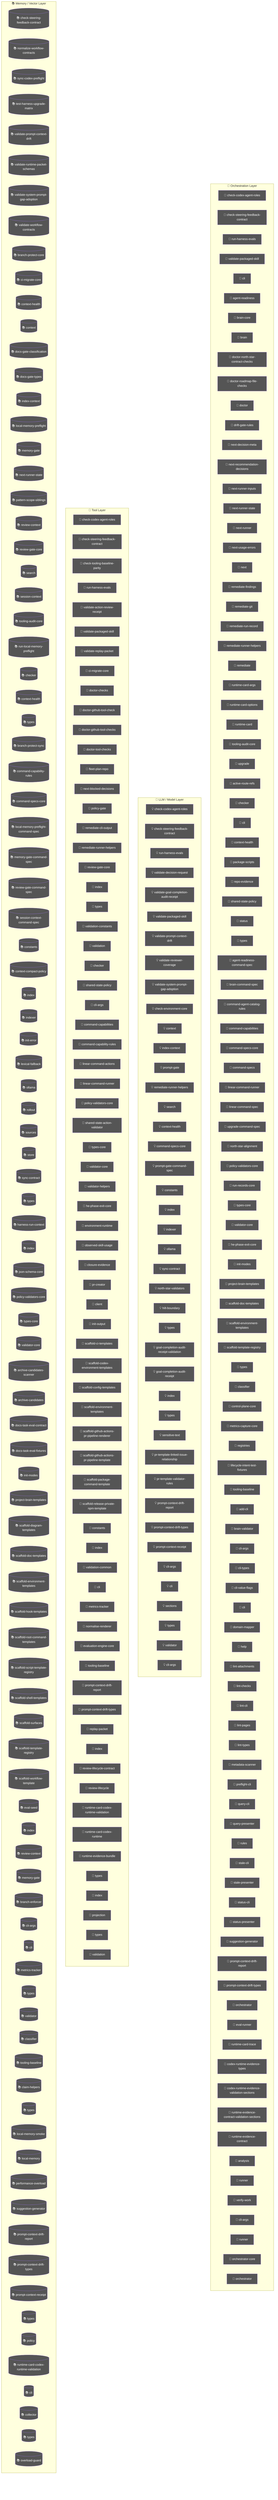
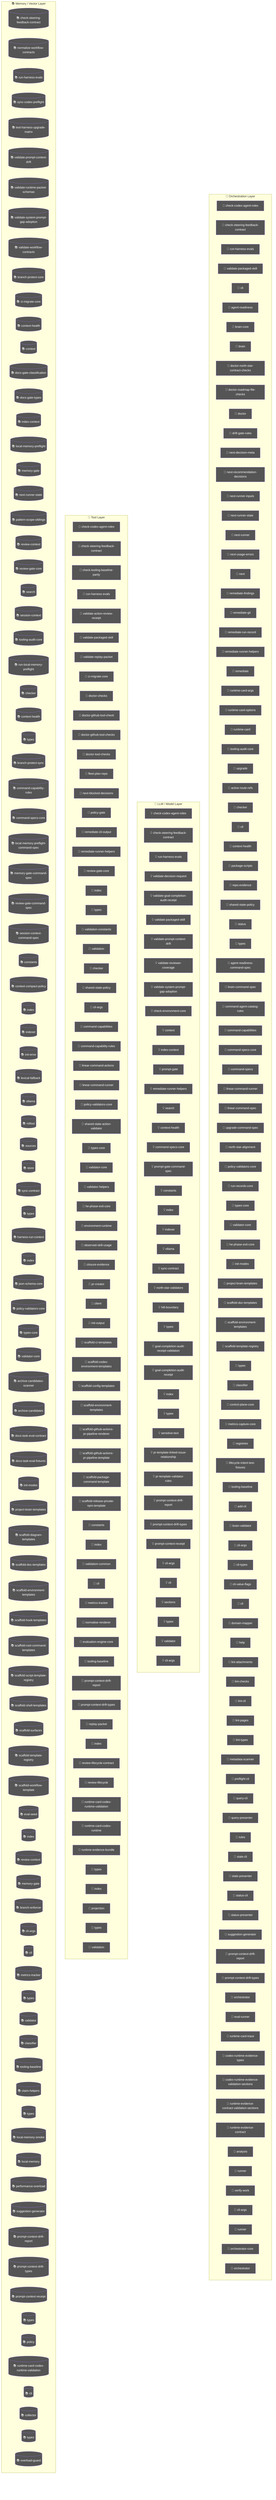
flowchart TD
  subgraph Orchestration["🎯 Orchestration Layer"]
    node_agent_mmd_orchestration_layer_orchestration_chec_7a9f0b64["🤖 check-codex-agent-roles"]
    node_agent_mmd_orchestration_layer_orchestration_chec_7fd47f5c["🤖 check-steering-feedback-contract"]
    node_agent_mmd_orchestration_layer_orchestration_run__18817957["🤖 run-harness-evals"]
    node_agent_mmd_orchestration_layer_orchestration_vali_c01b04be["🤖 validate-packaged-skill"]
    cli_99bb8840["🤖 cli"]
    agent_readiness_c82c68e6["🤖 agent-readiness"]
    brain_core_aa07c380["🤖 brain-core"]
    brain_bbbf7a64["🤖 brain"]
    doctor_north_star_contract_checks_0048124c["🤖 doctor-north-star-contract-checks"]
    doctor_roadmap_file_checks_14447b8e["🤖 doctor-roadmap-file-checks"]
    doctor_72f4be89["🤖 doctor"]
    drift_gate_rules_9685e72d["🤖 drift-gate-rules"]
    next_decision_meta_c58bc91b["🤖 next-decision-meta"]
    next_recommendation_decisions_03315dd4["🤖 next-recommendation-decisions"]
    next_runner_inputs_754dba64["🤖 next-runner-inputs"]
    node_agent_mmd_orchestration_layer_orchestration_next_5393fba1["🤖 next-runner-state"]
    next_runner_41643472["🤖 next-runner"]
    next_usage_errors_837a345a["🤖 next-usage-errors"]
    next_c6c1c9a9["🤖 next"]
    remediate_findings_8b09c8c6["🤖 remediate-findings"]
    remediate_git_58c6f6f4["🤖 remediate-git"]
    remediate_run_record_9dfe5dc1["🤖 remediate-run-record"]
    node_agent_mmd_orchestration_layer_orchestration_reme_359fe98f["🤖 remediate-runner-helpers"]
    remediate_06b9c7fc["🤖 remediate"]
    runtime_card_args_2b3d4b28["🤖 runtime-card-args"]
    runtime_card_options_c9156ad5["🤖 runtime-card-options"]
    runtime_card_e06b53e1["🤖 runtime-card"]
    node_agent_mmd_orchestration_layer_orchestration_tool_acfe0c01["🤖 tooling-audit-core"]
    upgrade_7fef9479["🤖 upgrade"]
    active_route_refs_d7a46846["🤖 active-route-refs"]
    node_agent_mmd_orchestration_layer_orchestration_chec_0550c395["🤖 checker"]
    cli_1_084e05fe["🤖 cli"]
    node_agent_mmd_orchestration_layer_orchestration_cont_61b3b9c9["🤖 context-health"]
    package_scripts_3ee6150f["🤖 package-scripts"]
    repo_evidence_38bb1de5["🤖 repo-evidence"]
    node_agent_mmd_orchestration_layer_orchestration_shar_724ef5f0["🤖 shared-state-policy"]
    status_073c1634["🤖 status"]
    node_agent_mmd_orchestration_layer_orchestration_type_4f906dcc["🤖 types"]
    agent_readiness_command_spec_a30c2c1e["🤖 agent-readiness-command-spec"]
    brain_command_spec_15b122d5["🤖 brain-command-spec"]
    command_agent_catalog_rules_8e06b2af["🤖 command-agent-catalog-rules"]
    node_agent_mmd_orchestration_layer_orchestration_comm_6e41a7f7["🤖 command-capabilities"]
    node_agent_mmd_orchestration_layer_orchestration_comm_1f8cc24c["🤖 command-specs-core"]
    command_specs_69167c63["🤖 command-specs"]
    node_agent_mmd_orchestration_layer_orchestration_line_b67affd5["🤖 linear-command-runner"]
    linear_command_spec_1e12dd44["🤖 linear-command-spec"]
    upgrade_command_spec_03f6c7bd["🤖 upgrade-command-spec"]
    north_star_alignment_00440188["🤖 north-star-alignment"]
    node_agent_mmd_orchestration_layer_orchestration_poli_3270b55d["🤖 policy-validators-core"]
    run_records_core_89286dfa["🤖 run-records-core"]
    node_agent_mmd_orchestration_layer_orchestration_type_7cf81261["🤖 types-core"]
    node_agent_mmd_orchestration_layer_orchestration_vali_d9fe99e6["🤖 validator-core"]
    node_agent_mmd_orchestration_layer_orchestration_he_p_fc778c24["🤖 he-phase-exit-core"]
    node_agent_mmd_orchestration_layer_orchestration_init_2a9c3ecb["🤖 init-modes"]
    node_agent_mmd_orchestration_layer_orchestration_proj_6ab6f60f["🤖 project-brain-templates"]
    node_agent_mmd_orchestration_layer_orchestration_scaf_12cc07db["🤖 scaffold-doc-templates"]
    node_agent_mmd_orchestration_layer_orchestration_scaf_c9a90c2f["🤖 scaffold-environment-templates"]
    node_agent_mmd_orchestration_layer_orchestration_scaf_ff8f92f6["🤖 scaffold-template-registry"]
    types_16_0fae1112["🤖 types"]
    node_agent_mmd_orchestration_layer_orchestration_clas_899b821a["🤖 classifier"]
    control_plane_core_db3b4cb2["🤖 control-plane-core"]
    metrics_capture_core_db4bf7cf["🤖 metrics-capture-core"]
    registries_06402afa["🤖 registries"]
    lifecycle_intent_test_fixtures_a53c7ada["🤖 lifecycle-intent-test-fixtures"]
    node_agent_mmd_orchestration_layer_orchestration_tool_cc43149f["🤖 tooling-baseline"]
    add_cli_7614de25["🤖 add-cli"]
    brain_validator_be251832["🤖 brain-validator"]
    cli_args_8_d546936e["🤖 cli-args"]
    cli_types_1686e858["🤖 cli-types"]
    cli_value_flags_732a8e43["🤖 cli-value-flags"]
    cli_10_35dc8cbd["🤖 cli"]
    domain_mapper_cd9333d2["🤖 domain-mapper"]
    help_106a5842["🤖 help"]
    lint_attachments_873c0632["🤖 lint-attachments"]
    lint_checks_83522b19["🤖 lint-checks"]
    lint_cli_9ec62ec0["🤖 lint-cli"]
    lint_pages_e33301d0["🤖 lint-pages"]
    lint_types_2862c255["🤖 lint-types"]
    metadata_scanner_6a101b66["🤖 metadata-scanner"]
    preflight_cli_5d148379["🤖 preflight-cli"]
    query_cli_b95be64d["🤖 query-cli"]
    query_presenter_02e6077c["🤖 query-presenter"]
    rules_6c621d1a["🤖 rules"]
    stale_cli_64548720["🤖 stale-cli"]
    stale_presenter_1de4e3a2["🤖 stale-presenter"]
    status_cli_4c24a0d6["🤖 status-cli"]
    status_presenter_8de686c1["🤖 status-presenter"]
    node_agent_mmd_orchestration_layer_orchestration_sugg_85c5ebe3["🤖 suggestion-generator"]
    node_agent_mmd_orchestration_layer_orchestration_prom_d17b4de2["🤖 prompt-context-drift-report"]
    node_agent_mmd_orchestration_layer_orchestration_prom_77088997["🤖 prompt-context-drift-types"]
    orchestrator_11376b7e["🤖 orchestrator"]
    eval_runner_0966a6b3["🤖 eval-runner"]
    runtime_card_trace_64a5ca95["🤖 runtime-card-trace"]
    codex_runtime_evidence_types_f55808dd["🤖 codex-runtime-evidence-types"]
    codex_runtime_evidence_validation_sections_6d236b4a["🤖 codex-runtime-evidence-validation-sections"]
    runtime_evidence_contract_validation_sections_1779ca7c["🤖 runtime-evidence-contract-validation-sections"]
    runtime_evidence_contract_0f7b15b2["🤖 runtime-evidence-contract"]
    analysis_f44e85c4["🤖 analysis"]
    runner_527aa9f4["🤖 runner"]
    verify_work_1_cd8e7ec3["🤖 verify-work"]
    cli_args_14_3481043e["🤖 cli-args"]
    runner_1_6f281bf8["🤖 runner"]
    orchestrator_core_d0678b53["🤖 orchestrator-core"]
    orchestrator_1_6b7137c5["🤖 orchestrator"]
  end
  subgraph LLMLayer["🧠 LLM / Model Layer"]
    node_agent_mmd_llm_model_layer_llmlayer_check_codex_a_29e7b7fa["💡 check-codex-agent-roles"]
    node_agent_mmd_llm_model_layer_llmlayer_check_steerin_0e1bf90d["💡 check-steering-feedback-contract"]
    node_agent_mmd_llm_model_layer_llmlayer_run_harness_e_603fcfdc["💡 run-harness-evals"]
    validate_decision_request_2e5c325e["💡 validate-decision-request"]
    validate_goal_completion_audit_receipt_100d252c["💡 validate-goal-completion-audit-receipt"]
    node_agent_mmd_llm_model_layer_llmlayer_validate_pack_2a12e1f4["💡 validate-packaged-skill"]
    node_agent_mmd_llm_model_layer_llmlayer_validate_prom_9880f764["💡 validate-prompt-context-drift"]
    validate_reviewer_coverage_251efee3["💡 validate-reviewer-coverage"]
    node_agent_mmd_llm_model_layer_llmlayer_validate_syst_5636156e["💡 validate-system-prompt-gap-adoption"]
    check_environment_core_2c16213f["💡 check-environment-core"]
    node_agent_mmd_llm_model_layer_llmlayer_context_conte_ad2dfbd9["💡 context"]
    node_agent_mmd_llm_model_layer_llmlayer_index_context_1041bd11["💡 index-context"]
    prompt_gate_c5e9d207["💡 prompt-gate"]
    node_agent_mmd_llm_model_layer_llmlayer_remediate_run_9e3d4585["💡 remediate-runner-helpers"]
    node_agent_mmd_llm_model_layer_llmlayer_search_search_66b9a911["💡 search"]
    node_agent_mmd_llm_model_layer_llmlayer_context_healt_cfc0bfa8["💡 context-health"]
    node_agent_mmd_llm_model_layer_llmlayer_command_specs_782af9fa["💡 command-specs-core"]
    prompt_gate_command_spec_9a941482["💡 prompt-gate-command-spec"]
    node_agent_mmd_llm_model_layer_llmlayer_constants_con_c9bd3f6c["💡 constants"]
    node_agent_mmd_llm_model_layer_llmlayer_index_index_1_02e160ff["💡 index"]
    node_agent_mmd_llm_model_layer_llmlayer_indexer_index_4f4deef5["💡 indexer"]
    node_agent_mmd_llm_model_layer_llmlayer_ollama_ollama_968b23fa["💡 ollama"]
    node_agent_mmd_llm_model_layer_llmlayer_sync_contract_9f3cc8c1["💡 sync-contract"]
    north_star_validators_cfc926ce["💡 north-star-validators"]
    hilt_boundary_9b36fb15["💡 hilt-boundary"]
    types_10_75e5a4a0["💡 types"]
    goal_completion_audit_receipt_validation_9d0f4891["💡 goal-completion-audit-receipt-validation"]
    goal_completion_audit_receipt_5e4939c3["💡 goal-completion-audit-receipt"]
    index_5_522f772a["💡 index"]
    node_agent_mmd_llm_model_layer_llmlayer_constants_con_c9bd3f6c["💡 constants"]
    types_17_ed30531c["💡 types"]
    sensitive_text_7c11f760["💡 sensitive-text"]
    pr_template_linked_issue_relationship_a7b61f2c["💡 pr-template-linked-issue-relationship"]
    pr_template_validator_rules_20a32d6b["💡 pr-template-validator-rules"]
    node_agent_mmd_llm_model_layer_llmlayer_index_index_1_02e160ff["💡 index"]
    node_agent_mmd_llm_model_layer_llmlayer_prompt_contex_81f9066a["💡 prompt-context-drift-report"]
    node_agent_mmd_llm_model_layer_llmlayer_prompt_contex_e5066b88["💡 prompt-context-drift-types"]
    node_agent_mmd_llm_model_layer_llmlayer_index_index_1_02e160ff["💡 index"]
    node_agent_mmd_llm_model_layer_llmlayer_prompt_contex_6426acc2["💡 prompt-context-receipt"]
    cli_args_9_9c136878["💡 cli-args"]
    cli_11_338a8415["💡 cli"]
    sections_4697ef32["💡 sections"]
    types_27_4d134744["💡 types"]
    validator_7_f836eb0e["💡 validator"]
    cli_args_10_861cdd3f["💡 cli-args"]
  end
  subgraph ToolLayer["🔧 Tool Layer"]
    node_agent_mmd_tool_layer_toollayer_check_codex_agent_4b361d5a["🔧 check-codex-agent-roles"]
    node_agent_mmd_tool_layer_toollayer_check_steering_fe_eafecf3a["🔧 check-steering-feedback-contract"]
    check_tooling_baseline_parity_3124b30a["🔧 check-tooling-baseline-parity"]
    node_agent_mmd_tool_layer_toollayer_run_harness_evals_e2ee24f1["🔧 run-harness-evals"]
    validate_action_review_receipt_fa2f06c3["🔧 validate-action-review-receipt"]
    node_agent_mmd_tool_layer_toollayer_validate_packaged_2855c827["🔧 validate-packaged-skill"]
    validate_replay_packet_f309747e["🔧 validate-replay-packet"]
    node_agent_mmd_tool_layer_toollayer_ci_migrate_core_c_049f8460["🔧 ci-migrate-core"]
    doctor_checks_5a2eb2b9["🔧 doctor-checks"]
    doctor_github_tool_check_e0a938df["🔧 doctor-github-tool-check"]
    doctor_github_tool_checks_a53b0382["🔧 doctor-github-tool-checks"]
    doctor_tool_checks_4acac51a["🔧 doctor-tool-checks"]
    fleet_plan_repo_ecdc6499["🔧 fleet-plan-repo"]
    next_blocked_decisions_4140ad2b["🔧 next-blocked-decisions"]
    policy_gate_213f7313["🔧 policy-gate"]
    remediate_cli_output_cc165396["🔧 remediate-cli-output"]
    node_agent_mmd_tool_layer_toollayer_remediate_runner__c003b871["🔧 remediate-runner-helpers"]
    node_agent_mmd_tool_layer_toollayer_review_gate_core__7704598b["🔧 review-gate-core"]
    index_1bc04b52["🔧 index"]
    types_1_4ecdf56e["🔧 types"]
    validation_constants_e002a0f6["🔧 validation-constants"]
    validation_98c41dcd["🔧 validation"]
    node_agent_mmd_tool_layer_toollayer_checker_checker_2_453d593b["🔧 checker"]
    node_agent_mmd_tool_layer_toollayer_shared_state_poli_53734acd["🔧 shared-state-policy"]
    cli_args_1_6144b055["🔧 cli-args"]
    node_agent_mmd_tool_layer_toollayer_command_capabilit_7fe13db1["🔧 command-capabilities"]
    node_agent_mmd_tool_layer_toollayer_command_capabilit_e97a4615["🔧 command-capability-rules"]
    linear_command_actions_e430f4f4["🔧 linear-command-actions"]
    node_agent_mmd_tool_layer_toollayer_linear_command_ru_d6763748["🔧 linear-command-runner"]
    node_agent_mmd_tool_layer_toollayer_policy_validators_af136abf["🔧 policy-validators-core"]
    shared_state_action_validator_e7b128cd["🔧 shared-state-action-validator"]
    node_agent_mmd_tool_layer_toollayer_types_core_types__6c8319b6["🔧 types-core"]
    node_agent_mmd_tool_layer_toollayer_validator_core_va_6ef6131f["🔧 validator-core"]
    validator_helpers_7b927667["🔧 validator-helpers"]
    node_agent_mmd_tool_layer_toollayer_he_phase_exit_cor_af016160["🔧 he-phase-exit-core"]
    environment_runtime_3206f0a8["🔧 environment-runtime"]
    observed_skill_usage_ed7d5930["🔧 observed-skill-usage"]
    closure_evidence_aaa31467["🔧 closure-evidence"]
    pr_creator_dc6b1ea4["🔧 pr-creator"]
    client_948fe603["🔧 client"]
    init_output_360dce91["🔧 init-output"]
    scaffold_ci_templates_2afd6392["🔧 scaffold-ci-templates"]
    scaffold_codex_environment_templates_334fbbed["🔧 scaffold-codex-environment-templates"]
    scaffold_config_templates_4b80ce53["🔧 scaffold-config-templates"]
    node_agent_mmd_tool_layer_toollayer_scaffold_environm_c1afc013["🔧 scaffold-environment-templates"]
    scaffold_github_actions_pr_pipeline_renderer_1ee18de5["🔧 scaffold-github-actions-pr-pipeline-renderer"]
    scaffold_github_actions_pr_pipeline_template_e2b85f62["🔧 scaffold-github-actions-pr-pipeline-template"]
    scaffold_package_command_template_80e32e83["🔧 scaffold-package-command-template"]
    scaffold_release_private_npm_template_075499f8["🔧 scaffold-release-private-npm-template"]
    node_agent_mmd_tool_layer_toollayer_constants_constan_9d71b829["🔧 constants"]
    index_9_32dd4d91["🔧 index"]
    validation_common_6161e48b["🔧 validation-common"]
    node_agent_mmd_tool_layer_toollayer_cli_cli_2_1_32d9eeaf["🔧 cli"]
    node_agent_mmd_tool_layer_toollayer_metrics_tracker_m_4c9237d8["🔧 metrics-tracker"]
    normalise_renderer_85f2e563["🔧 normalise-renderer"]
    evaluation_engine_core_e054fe49["🔧 evaluation-engine-core"]
    node_agent_mmd_tool_layer_toollayer_tooling_baseline__61e66e9f["🔧 tooling-baseline"]
    node_agent_mmd_tool_layer_toollayer_prompt_context_dr_a2772f2b["🔧 prompt-context-drift-report"]
    node_agent_mmd_tool_layer_toollayer_prompt_context_dr_bd82da46["🔧 prompt-context-drift-types"]
    replay_packet_a1293f88["🔧 replay-packet"]
    index_14_d982116c["🔧 index"]
    review_lifecycle_contract_e5447221["🔧 review-lifecycle-contract"]
    review_lifecycle_89afa64c["🔧 review-lifecycle"]
    node_agent_mmd_tool_layer_toollayer_runtime_card_code_3636ceac["🔧 runtime-card-codex-runtime-validation"]
    runtime_card_codex_runtime_0655e230["🔧 runtime-card-codex-runtime"]
    runtime_evidence_bundle_d471a232["🔧 runtime-evidence-bundle"]
    types_36_674380ec["🔧 types"]
    index_17_642943a2["🔧 index"]
    projection_1b250ea1["🔧 projection"]
    types_38_e8efcd57["🔧 types"]
    validation_7_c4e6d8b6["🔧 validation"]
  end
  subgraph MemoryLayer["📚 Memory / Vector Layer"]
    node_agent_mmd_memory_vector_layer_memorylayer_check__64c86928[("📚 check-steering-feedback-contract")]
    normalize_workflow_contracts_8701f1c8[("📚 normalize-workflow-contracts")]
+     node_agent_mmd_memory_vector_layer_memorylayer_run_ha_5b637d0d[("📚 run-harness-evals")]
    sync_codex_preflight_7e7a8dc2[("📚 sync-codex-preflight")]
    test_harness_upgrade_matrix_84113c4e[("📚 test-harness-upgrade-matrix")]
    node_agent_mmd_memory_vector_layer_memorylayer_valida_c52c4db8[("📚 validate-prompt-context-drift")]
    validate_runtime_packet_schemas_bc3ba8ec[("📚 validate-runtime-packet-schemas")]
    node_agent_mmd_memory_vector_layer_memorylayer_valida_db599a97[("📚 validate-system-prompt-gap-adoption")]
    validate_workflow_contracts_33dc063c[("📚 validate-workflow-contracts")]
    branch_protect_core_a8feb0fd[("📚 branch-protect-core")]
    node_agent_mmd_memory_vector_layer_memorylayer_ci_mig_0cd5b1a4[("📚 ci-migrate-core")]
    context_health_80bb7da9[("📚 context-health")]
    node_agent_mmd_memory_vector_layer_memorylayer_contex_78ceaaa9[("📚 context")]
    docs_gate_classification_2f51c90b[("📚 docs-gate-classification")]
    docs_gate_types_d285abb6[("📚 docs-gate-types")]
    node_agent_mmd_memory_vector_layer_memorylayer_index__6f3402d0[("📚 index-context")]
    local_memory_preflight_dcc36c42[("📚 local-memory-preflight")]
    memory_gate_a577a506[("📚 memory-gate")]
    node_agent_mmd_memory_vector_layer_memorylayer_next_r_7feb80cc[("📚 next-runner-state")]
    pattern_scope_siblings_43abe000[("📚 pattern-scope-siblings")]
    review_context_ca6cf81d[("📚 review-context")]
    node_agent_mmd_memory_vector_layer_memorylayer_review_5bee9816[("📚 review-gate-core")]
    node_agent_mmd_memory_vector_layer_memorylayer_search_ac35cb7e[("📚 search")]
    session_context_e5ec72c0[("📚 session-context")]
    node_agent_mmd_memory_vector_layer_memorylayer_toolin_a1185b8f[("📚 tooling-audit-core")]
    run_local_memory_preflight_36e92808[("📚 run-local-memory-preflight")]
    node_agent_mmd_memory_vector_layer_memorylayer_checke_a583eb4f[("📚 checker")]
    node_agent_mmd_memory_vector_layer_memorylayer_contex_3204aa0e[("📚 context-health")]
    node_agent_mmd_memory_vector_layer_memorylayer_types__9ad640a0[("📚 types")]
    branch_protect_sync_570adb18[("📚 branch-protect-sync")]
    node_agent_mmd_memory_vector_layer_memorylayer_comman_c72a5d05[("📚 command-capability-rules")]
    node_agent_mmd_memory_vector_layer_memorylayer_comman_111eb454[("📚 command-specs-core")]
    local_memory_preflight_command_spec_9e23f3ce[("📚 local-memory-preflight-command-spec")]
    memory_gate_command_spec_dc9001a9[("📚 memory-gate-command-spec")]
    review_gate_command_spec_3187376a[("📚 review-gate-command-spec")]
    session_context_command_spec_973afbb1[("📚 session-context-command-spec")]
    node_agent_mmd_memory_vector_layer_memorylayer_consta_702d3f46[("📚 constants")]
    context_compact_policy_3dcaf95d[("📚 context-compact-policy")]
    node_agent_mmd_memory_vector_layer_memorylayer_index__752bc61e[("📚 index")]
    node_agent_mmd_memory_vector_layer_memorylayer_indexe_93e6d86f[("📚 indexer")]
    init_error_5c7dd49f[("📚 init-error")]
    lexical_fallback_723e2b3e[("📚 lexical-fallback")]
    node_agent_mmd_memory_vector_layer_memorylayer_ollama_6d51be16[("📚 ollama")]
    rollout_a4fa034c[("📚 rollout")]
    sources_878a52fc[("📚 sources")]
    store_824d80d7[("📚 store")]
    node_agent_mmd_memory_vector_layer_memorylayer_sync_c_e43418bc[("📚 sync-contract")]
    types_8_f6283648[("📚 types")]
    harness_run_context_ac7c77a9[("📚 harness-run-context")]
    index_4_013aa0e3[("📚 index")]
    json_schema_core_96d7e328[("📚 json-schema-core")]
    node_agent_mmd_memory_vector_layer_memorylayer_policy_1944de42[("📚 policy-validators-core")]
    node_agent_mmd_memory_vector_layer_memorylayer_types__83f369fa[("📚 types-core")]
    node_agent_mmd_memory_vector_layer_memorylayer_valida_41034356[("📚 validator-core")]
    archive_candidates_scanner_d0931789[("📚 archive-candidates-scanner")]
    archive_candidates_dc0e40e1[("📚 archive-candidates")]
    docs_task_eval_contract_79347457[("📚 docs-task-eval-contract")]
    docs_task_eval_fixtures_44902755[("📚 docs-task-eval-fixtures")]
    node_agent_mmd_memory_vector_layer_memorylayer_init_m_333d02c5[("📚 init-modes")]
    node_agent_mmd_memory_vector_layer_memorylayer_projec_3ae304d9[("📚 project-brain-templates")]
    scaffold_diagram_templates_dd88e83c[("📚 scaffold-diagram-templates")]
    node_agent_mmd_memory_vector_layer_memorylayer_scaffo_5fd73b94[("📚 scaffold-doc-templates")]
    node_agent_mmd_memory_vector_layer_memorylayer_scaffo_12b42341[("📚 scaffold-environment-templates")]
    scaffold_hook_templates_8c74ab50[("📚 scaffold-hook-templates")]
    scaffold_root_command_templates_404fed7f[("📚 scaffold-root-command-templates")]
    scaffold_script_template_registry_69312d4e[("📚 scaffold-script-template-registry")]
    scaffold_shell_templates_0ad0f915[("📚 scaffold-shell-templates")]
    scaffold_surfaces_12d6494e[("📚 scaffold-surfaces")]
    node_agent_mmd_memory_vector_layer_memorylayer_scaffo_a86eece1[("📚 scaffold-template-registry")]
    scaffold_workflow_template_92310587[("📚 scaffold-workflow-template")]
    eval_seed_5699fd3e[("📚 eval-seed")]
    index_10_f6785a46[("📚 index")]
    review_context_1_e3afed15[("📚 review-context")]
    memory_gate_1_265164ac[("📚 memory-gate")]
    branch_enforcer_acb749cd[("📚 branch-enforcer")]
    cli_args_5_09ea29f0[("📚 cli-args")]
    node_agent_mmd_memory_vector_layer_memorylayer_cli_cl_1f1f89ab[("📚 cli")]
    node_agent_mmd_memory_vector_layer_memorylayer_metric_12562178[("📚 metrics-tracker")]
    types_19_eb4ad5f0[("📚 types")]
    validator_5_b19ac2be[("📚 validator")]
    node_agent_mmd_memory_vector_layer_memorylayer_classi_1ebbf5ff[("📚 classifier")]
    node_agent_mmd_memory_vector_layer_memorylayer_toolin_14f86b00[("📚 tooling-baseline")]
    claim_helpers_20dc8387[("📚 claim-helpers")]
    types_24_c63dc1a7[("📚 types")]
    local_memory_smoke_1175abfc[("📚 local-memory-smoke")]
    local_memory_0db17ecc[("📚 local-memory")]
    performance_overload_c685bfcf[("📚 performance-overload")]
    node_agent_mmd_memory_vector_layer_memorylayer_sugges_267f408d[("📚 suggestion-generator")]
    node_agent_mmd_memory_vector_layer_memorylayer_index__752bc61e[("📚 index")]
    node_agent_mmd_memory_vector_layer_memorylayer_prompt_ae34fc43[("📚 prompt-context-drift-report")]
    node_agent_mmd_memory_vector_layer_memorylayer_prompt_efd77624[("📚 prompt-context-drift-types")]
    node_agent_mmd_memory_vector_layer_memorylayer_index__752bc61e[("📚 index")]
    node_agent_mmd_memory_vector_layer_memorylayer_prompt_55c0d605[("📚 prompt-context-receipt")]
    types_31_eb363e20[("📚 types")]
    policy_1_fc4198db[("📚 policy")]
    node_agent_mmd_memory_vector_layer_memorylayer_runtim_a5d23e7f[("📚 runtime-card-codex-runtime-validation")]
    cli_12_01c06c37[("📚 cli")]
    collector_0736fd5b[("📚 collector")]
    types_34_85e6a0bb[("📚 types")]
    overload_guard_2748c559[("📚 overload-guard")]
  end
  classDef agentNode fill:#555,color:#fff
-   class node_agent_mmd_orchestration_layer_orchestration_chec_7a9f0b64,node_agent_mmd_llm_model_layer_llmlayer_check_codex_a_29e7b7fa,node_agent_mmd_tool_layer_toollayer_check_codex_agent_4b361d5a,node_agent_mmd_orchestration_layer_orchestration_chec_7fd47f5c,node_agent_mmd_llm_model_layer_llmlayer_check_steerin_0e1bf90d,node_agent_mmd_tool_layer_toollayer_check_steering_fe_eafecf3a,node_agent_mmd_memory_vector_layer_memorylayer_check__64c86928,node_agent_mmd_orchestration_layer_orchestration_run__18817957,node_agent_mmd_llm_model_layer_llmlayer_run_harness_e_603fcfdc,node_agent_mmd_tool_layer_toollayer_run_harness_evals_e2ee24f1,node_agent_mmd_orchestration_layer_orchestration_vali_c01b04be,node_agent_mmd_llm_model_layer_llmlayer_validate_pack_2a12e1f4,node_agent_mmd_tool_layer_toollayer_validate_packaged_2855c827,cli_99bb8840,agent_readiness_c82c68e6,brain_core_aa07c380,brain_bbbf7a64,doctor_north_star_contract_checks_0048124c,doctor_roadmap_file_checks_14447b8e,doctor_72f4be89,drift_gate_rules_9685e72d,next_decision_meta_c58bc91b,next_recommendation_decisions_03315dd4,next_runner_inputs_754dba64,node_agent_mmd_orchestration_layer_orchestration_next_5393fba1,node_agent_mmd_memory_vector_layer_memorylayer_next_r_7feb80cc,next_runner_41643472,next_usage_errors_837a345a,next_c6c1c9a9,remediate_findings_8b09c8c6,remediate_git_58c6f6f4,remediate_run_record_9dfe5dc1,node_agent_mmd_orchestration_layer_orchestration_reme_359fe98f,node_agent_mmd_llm_model_layer_llmlayer_remediate_run_9e3d4585,node_agent_mmd_tool_layer_toollayer_remediate_runner__c003b871,remediate_06b9c7fc,runtime_card_args_2b3d4b28,runtime_card_options_c9156ad5,runtime_card_e06b53e1,node_agent_mmd_orchestration_layer_orchestration_tool_acfe0c01,node_agent_mmd_memory_vector_layer_memorylayer_toolin_a1185b8f,upgrade_7fef9479,active_route_refs_d7a46846,node_agent_mmd_orchestration_layer_orchestration_chec_0550c395,node_agent_mmd_tool_layer_toollayer_checker_checker_2_453d593b,node_agent_mmd_memory_vector_layer_memorylayer_checke_a583eb4f,cli_1_084e05fe,node_agent_mmd_orchestration_layer_orchestration_cont_61b3b9c9,node_agent_mmd_llm_model_layer_llmlayer_context_healt_cfc0bfa8,node_agent_mmd_memory_vector_layer_memorylayer_contex_3204aa0e,package_scripts_3ee6150f,repo_evidence_38bb1de5,node_agent_mmd_orchestration_layer_orchestration_shar_724ef5f0,node_agent_mmd_tool_layer_toollayer_shared_state_poli_53734acd,status_073c1634,node_agent_mmd_orchestration_layer_orchestration_type_4f906dcc,node_agent_mmd_memory_vector_layer_memorylayer_types__9ad640a0,agent_readiness_command_spec_a30c2c1e,brain_command_spec_15b122d5,command_agent_catalog_rules_8e06b2af,node_agent_mmd_orchestration_layer_orchestration_comm_6e41a7f7,node_agent_mmd_tool_layer_toollayer_command_capabilit_7fe13db1,node_agent_mmd_orchestration_layer_orchestration_comm_1f8cc24c,node_agent_mmd_llm_model_layer_llmlayer_command_specs_782af9fa,node_agent_mmd_memory_vector_layer_memorylayer_comman_111eb454,command_specs_69167c63,node_agent_mmd_orchestration_layer_orchestration_line_b67affd5,node_agent_mmd_tool_layer_toollayer_linear_command_ru_d6763748,linear_command_spec_1e12dd44,upgrade_command_spec_03f6c7bd,north_star_alignment_00440188,node_agent_mmd_orchestration_layer_orchestration_poli_3270b55d,node_agent_mmd_tool_layer_toollayer_policy_validators_af136abf,node_agent_mmd_memory_vector_layer_memorylayer_policy_1944de42,run_records_core_89286dfa,node_agent_mmd_orchestration_layer_orchestration_type_7cf81261,node_agent_mmd_tool_layer_toollayer_types_core_types__6c8319b6,node_agent_mmd_memory_vector_layer_memorylayer_types__83f369fa,node_agent_mmd_orchestration_layer_orchestration_vali_d9fe99e6,node_agent_mmd_tool_layer_toollayer_validator_core_va_6ef6131f,node_agent_mmd_memory_vector_layer_memorylayer_valida_41034356,node_agent_mmd_orchestration_layer_orchestration_he_p_fc778c24,node_agent_mmd_tool_layer_toollayer_he_phase_exit_cor_af016160,node_agent_mmd_orchestration_layer_orchestration_init_2a9c3ecb,node_agent_mmd_memory_vector_layer_memorylayer_init_m_333d02c5,node_agent_mmd_orchestration_layer_orchestration_proj_6ab6f60f,node_agent_mmd_memory_vector_layer_memorylayer_projec_3ae304d9,node_agent_mmd_orchestration_layer_orchestration_scaf_12cc07db,node_agent_mmd_memory_vector_layer_memorylayer_scaffo_5fd73b94,node_agent_mmd_orchestration_layer_orchestration_scaf_c9a90c2f,node_agent_mmd_tool_layer_toollayer_scaffold_environm_c1afc013,node_agent_mmd_memory_vector_layer_memorylayer_scaffo_12b42341,node_agent_mmd_orchestration_layer_orchestration_scaf_ff8f92f6,node_agent_mmd_memory_vector_layer_memorylayer_scaffo_a86eece1,types_16_0fae1112,node_agent_mmd_orchestration_layer_orchestration_clas_899b821a,node_agent_mmd_memory_vector_layer_memorylayer_classi_1ebbf5ff,control_plane_core_db3b4cb2,metrics_capture_core_db4bf7cf,registries_06402afa,lifecycle_intent_test_fixtures_a53c7ada,node_agent_mmd_orchestration_layer_orchestration_tool_cc43149f,node_agent_mmd_tool_layer_toollayer_tooling_baseline__61e66e9f,node_agent_mmd_memory_vector_layer_memorylayer_toolin_14f86b00,add_cli_7614de25,brain_validator_be251832,cli_args_8_d546936e,cli_types_1686e858,cli_value_flags_732a8e43,cli_10_35dc8cbd,domain_mapper_cd9333d2,help_106a5842,lint_attachments_873c0632,lint_checks_83522b19,lint_cli_9ec62ec0,lint_pages_e33301d0,lint_types_2862c255,metadata_scanner_6a101b66,preflight_cli_5d148379,query_cli_b95be64d,query_presenter_02e6077c,rules_6c621d1a,stale_cli_64548720,stale_presenter_1de4e3a2,status_cli_4c24a0d6,status_presenter_8de686c1,node_agent_mmd_orchestration_layer_orchestration_sugg_85c5ebe3,node_agent_mmd_memory_vector_layer_memorylayer_sugges_267f408d,node_agent_mmd_orchestration_layer_orchestration_prom_d17b4de2,node_agent_mmd_llm_model_layer_llmlayer_prompt_contex_81f9066a,node_agent_mmd_tool_layer_toollayer_prompt_context_dr_a2772f2b,node_agent_mmd_memory_vector_layer_memorylayer_prompt_ae34fc43,node_agent_mmd_orchestration_layer_orchestration_prom_77088997,node_agent_mmd_llm_model_layer_llmlayer_prompt_contex_e5066b88,node_agent_mmd_tool_layer_toollayer_prompt_context_dr_bd82da46,node_agent_mmd_memory_vector_layer_memorylayer_prompt_efd77624,orchestrator_11376b7e,eval_runner_0966a6b3,runtime_card_trace_64a5ca95,codex_runtime_evidence_types_f55808dd,codex_runtime_evidence_validation_sections_6d236b4a,runtime_evidence_contract_validation_sections_1779ca7c,runtime_evidence_contract_0f7b15b2,analysis_f44e85c4,runner_527aa9f4,verify_work_1_cd8e7ec3,cli_args_14_3481043e,runner_1_6f281bf8,orchestrator_core_d0678b53,orchestrator_1_6b7137c5 agentNode
+   class node_agent_mmd_orchestration_layer_orchestration_chec_7a9f0b64,node_agent_mmd_llm_model_layer_llmlayer_check_codex_a_29e7b7fa,node_agent_mmd_tool_layer_toollayer_check_codex_agent_4b361d5a,node_agent_mmd_orchestration_layer_orchestration_chec_7fd47f5c,node_agent_mmd_llm_model_layer_llmlayer_check_steerin_0e1bf90d,node_agent_mmd_tool_layer_toollayer_check_steering_fe_eafecf3a,node_agent_mmd_memory_vector_layer_memorylayer_check__64c86928,node_agent_mmd_orchestration_layer_orchestration_run__18817957,node_agent_mmd_llm_model_layer_llmlayer_run_harness_e_603fcfdc,node_agent_mmd_tool_layer_toollayer_run_harness_evals_e2ee24f1,node_agent_mmd_memory_vector_layer_memorylayer_run_ha_5b637d0d,node_agent_mmd_orchestration_layer_orchestration_vali_c01b04be,node_agent_mmd_llm_model_layer_llmlayer_validate_pack_2a12e1f4,node_agent_mmd_tool_layer_toollayer_validate_packaged_2855c827,cli_99bb8840,agent_readiness_c82c68e6,brain_core_aa07c380,brain_bbbf7a64,doctor_north_star_contract_checks_0048124c,doctor_roadmap_file_checks_14447b8e,doctor_72f4be89,drift_gate_rules_9685e72d,next_decision_meta_c58bc91b,next_recommendation_decisions_03315dd4,next_runner_inputs_754dba64,node_agent_mmd_orchestration_layer_orchestration_next_5393fba1,node_agent_mmd_memory_vector_layer_memorylayer_next_r_7feb80cc,next_runner_41643472,next_usage_errors_837a345a,next_c6c1c9a9,remediate_findings_8b09c8c6,remediate_git_58c6f6f4,remediate_run_record_9dfe5dc1,node_agent_mmd_orchestration_layer_orchestration_reme_359fe98f,node_agent_mmd_llm_model_layer_llmlayer_remediate_run_9e3d4585,node_agent_mmd_tool_layer_toollayer_remediate_runner__c003b871,remediate_06b9c7fc,runtime_card_args_2b3d4b28,runtime_card_options_c9156ad5,runtime_card_e06b53e1,node_agent_mmd_orchestration_layer_orchestration_tool_acfe0c01,node_agent_mmd_memory_vector_layer_memorylayer_toolin_a1185b8f,upgrade_7fef9479,active_route_refs_d7a46846,node_agent_mmd_orchestration_layer_orchestration_chec_0550c395,node_agent_mmd_tool_layer_toollayer_checker_checker_2_453d593b,node_agent_mmd_memory_vector_layer_memorylayer_checke_a583eb4f,cli_1_084e05fe,node_agent_mmd_orchestration_layer_orchestration_cont_61b3b9c9,node_agent_mmd_llm_model_layer_llmlayer_context_healt_cfc0bfa8,node_agent_mmd_memory_vector_layer_memorylayer_contex_3204aa0e,package_scripts_3ee6150f,repo_evidence_38bb1de5,node_agent_mmd_orchestration_layer_orchestration_shar_724ef5f0,node_agent_mmd_tool_layer_toollayer_shared_state_poli_53734acd,status_073c1634,node_agent_mmd_orchestration_layer_orchestration_type_4f906dcc,node_agent_mmd_memory_vector_layer_memorylayer_types__9ad640a0,agent_readiness_command_spec_a30c2c1e,brain_command_spec_15b122d5,command_agent_catalog_rules_8e06b2af,node_agent_mmd_orchestration_layer_orchestration_comm_6e41a7f7,node_agent_mmd_tool_layer_toollayer_command_capabilit_7fe13db1,node_agent_mmd_orchestration_layer_orchestration_comm_1f8cc24c,node_agent_mmd_llm_model_layer_llmlayer_command_specs_782af9fa,node_agent_mmd_memory_vector_layer_memorylayer_comman_111eb454,command_specs_69167c63,node_agent_mmd_orchestration_layer_orchestration_line_b67affd5,node_agent_mmd_tool_layer_toollayer_linear_command_ru_d6763748,linear_command_spec_1e12dd44,upgrade_command_spec_03f6c7bd,north_star_alignment_00440188,node_agent_mmd_orchestration_layer_orchestration_poli_3270b55d,node_agent_mmd_tool_layer_toollayer_policy_validators_af136abf,node_agent_mmd_memory_vector_layer_memorylayer_policy_1944de42,run_records_core_89286dfa,node_agent_mmd_orchestration_layer_orchestration_type_7cf81261,node_agent_mmd_tool_layer_toollayer_types_core_types__6c8319b6,node_agent_mmd_memory_vector_layer_memorylayer_types__83f369fa,node_agent_mmd_orchestration_layer_orchestration_vali_d9fe99e6,node_agent_mmd_tool_layer_toollayer_validator_core_va_6ef6131f,node_agent_mmd_memory_vector_layer_memorylayer_valida_41034356,node_agent_mmd_orchestration_layer_orchestration_he_p_fc778c24,node_agent_mmd_tool_layer_toollayer_he_phase_exit_cor_af016160,node_agent_mmd_orchestration_layer_orchestration_init_2a9c3ecb,node_agent_mmd_memory_vector_layer_memorylayer_init_m_333d02c5,node_agent_mmd_orchestration_layer_orchestration_proj_6ab6f60f,node_agent_mmd_memory_vector_layer_memorylayer_projec_3ae304d9,node_agent_mmd_orchestration_layer_orchestration_scaf_12cc07db,node_agent_mmd_memory_vector_layer_memorylayer_scaffo_5fd73b94,node_agent_mmd_orchestration_layer_orchestration_scaf_c9a90c2f,node_agent_mmd_tool_layer_toollayer_scaffold_environm_c1afc013,node_agent_mmd_memory_vector_layer_memorylayer_scaffo_12b42341,node_agent_mmd_orchestration_layer_orchestration_scaf_ff8f92f6,node_agent_mmd_memory_vector_layer_memorylayer_scaffo_a86eece1,types_16_0fae1112,node_agent_mmd_orchestration_layer_orchestration_clas_899b821a,node_agent_mmd_memory_vector_layer_memorylayer_classi_1ebbf5ff,control_plane_core_db3b4cb2,metrics_capture_core_db4bf7cf,registries_06402afa,lifecycle_intent_test_fixtures_a53c7ada,node_agent_mmd_orchestration_layer_orchestration_tool_cc43149f,node_agent_mmd_tool_layer_toollayer_tooling_baseline__61e66e9f,node_agent_mmd_memory_vector_layer_memorylayer_toolin_14f86b00,add_cli_7614de25,brain_validator_be251832,cli_args_8_d546936e,cli_types_1686e858,cli_value_flags_732a8e43,cli_10_35dc8cbd,domain_mapper_cd9333d2,help_106a5842,lint_attachments_873c0632,lint_checks_83522b19,lint_cli_9ec62ec0,lint_pages_e33301d0,lint_types_2862c255,metadata_scanner_6a101b66,preflight_cli_5d148379,query_cli_b95be64d,query_presenter_02e6077c,rules_6c621d1a,stale_cli_64548720,stale_presenter_1de4e3a2,status_cli_4c24a0d6,status_presenter_8de686c1,node_agent_mmd_orchestration_layer_orchestration_sugg_85c5ebe3,node_agent_mmd_memory_vector_layer_memorylayer_sugges_267f408d,node_agent_mmd_orchestration_layer_orchestration_prom_d17b4de2,node_agent_mmd_llm_model_layer_llmlayer_prompt_contex_81f9066a,node_agent_mmd_tool_layer_toollayer_prompt_context_dr_a2772f2b,node_agent_mmd_memory_vector_layer_memorylayer_prompt_ae34fc43,node_agent_mmd_orchestration_layer_orchestration_prom_77088997,node_agent_mmd_llm_model_layer_llmlayer_prompt_contex_e5066b88,node_agent_mmd_tool_layer_toollayer_prompt_context_dr_bd82da46,node_agent_mmd_memory_vector_layer_memorylayer_prompt_efd77624,orchestrator_11376b7e,eval_runner_0966a6b3,runtime_card_trace_64a5ca95,codex_runtime_evidence_types_f55808dd,codex_runtime_evidence_validation_sections_6d236b4a,runtime_evidence_contract_validation_sections_1779ca7c,runtime_evidence_contract_0f7b15b2,analysis_f44e85c4,runner_527aa9f4,verify_work_1_cd8e7ec3,cli_args_14_3481043e,runner_1_6f281bf8,orchestrator_core_d0678b53,orchestrator_1_6b7137c5 agentNode
  classDef llmNode fill:#555,color:#fff
-   class node_agent_mmd_orchestration_layer_orchestration_chec_7a9f0b64,node_agent_mmd_llm_model_layer_llmlayer_check_codex_a_29e7b7fa,node_agent_mmd_tool_layer_toollayer_check_codex_agent_4b361d5a,node_agent_mmd_orchestration_layer_orchestration_chec_7fd47f5c,node_agent_mmd_llm_model_layer_llmlayer_check_steerin_0e1bf90d,node_agent_mmd_tool_layer_toollayer_check_steering_fe_eafecf3a,node_agent_mmd_memory_vector_layer_memorylayer_check__64c86928,node_agent_mmd_orchestration_layer_orchestration_run__18817957,node_agent_mmd_llm_model_layer_llmlayer_run_harness_e_603fcfdc,node_agent_mmd_tool_layer_toollayer_run_harness_evals_e2ee24f1,validate_decision_request_2e5c325e,validate_goal_completion_audit_receipt_100d252c,node_agent_mmd_orchestration_layer_orchestration_vali_c01b04be,node_agent_mmd_llm_model_layer_llmlayer_validate_pack_2a12e1f4,node_agent_mmd_tool_layer_toollayer_validate_packaged_2855c827,node_agent_mmd_llm_model_layer_llmlayer_validate_prom_9880f764,node_agent_mmd_memory_vector_layer_memorylayer_valida_c52c4db8,validate_reviewer_coverage_251efee3,node_agent_mmd_llm_model_layer_llmlayer_validate_syst_5636156e,node_agent_mmd_memory_vector_layer_memorylayer_valida_db599a97,check_environment_core_2c16213f,node_agent_mmd_llm_model_layer_llmlayer_context_conte_ad2dfbd9,node_agent_mmd_memory_vector_layer_memorylayer_contex_78ceaaa9,node_agent_mmd_llm_model_layer_llmlayer_index_context_1041bd11,node_agent_mmd_memory_vector_layer_memorylayer_index__6f3402d0,prompt_gate_c5e9d207,node_agent_mmd_orchestration_layer_orchestration_reme_359fe98f,node_agent_mmd_llm_model_layer_llmlayer_remediate_run_9e3d4585,node_agent_mmd_tool_layer_toollayer_remediate_runner__c003b871,node_agent_mmd_llm_model_layer_llmlayer_search_search_66b9a911,node_agent_mmd_memory_vector_layer_memorylayer_search_ac35cb7e,node_agent_mmd_orchestration_layer_orchestration_cont_61b3b9c9,node_agent_mmd_llm_model_layer_llmlayer_context_healt_cfc0bfa8,node_agent_mmd_memory_vector_layer_memorylayer_contex_3204aa0e,node_agent_mmd_orchestration_layer_orchestration_comm_1f8cc24c,node_agent_mmd_llm_model_layer_llmlayer_command_specs_782af9fa,node_agent_mmd_memory_vector_layer_memorylayer_comman_111eb454,prompt_gate_command_spec_9a941482,node_agent_mmd_llm_model_layer_llmlayer_constants_con_c9bd3f6c,node_agent_mmd_memory_vector_layer_memorylayer_consta_702d3f46,node_agent_mmd_llm_model_layer_llmlayer_index_index_1_02e160ff,node_agent_mmd_memory_vector_layer_memorylayer_index__752bc61e,node_agent_mmd_llm_model_layer_llmlayer_indexer_index_4f4deef5,node_agent_mmd_memory_vector_layer_memorylayer_indexe_93e6d86f,node_agent_mmd_llm_model_layer_llmlayer_ollama_ollama_968b23fa,node_agent_mmd_memory_vector_layer_memorylayer_ollama_6d51be16,node_agent_mmd_llm_model_layer_llmlayer_sync_contract_9f3cc8c1,node_agent_mmd_memory_vector_layer_memorylayer_sync_c_e43418bc,north_star_validators_cfc926ce,hilt_boundary_9b36fb15,types_10_75e5a4a0,goal_completion_audit_receipt_validation_9d0f4891,goal_completion_audit_receipt_5e4939c3,index_5_522f772a,node_agent_mmd_tool_layer_toollayer_constants_constan_9d71b829,types_17_ed30531c,sensitive_text_7c11f760,pr_template_linked_issue_relationship_a7b61f2c,pr_template_validator_rules_20a32d6b,node_agent_mmd_orchestration_layer_orchestration_prom_d17b4de2,node_agent_mmd_llm_model_layer_llmlayer_prompt_contex_81f9066a,node_agent_mmd_tool_layer_toollayer_prompt_context_dr_a2772f2b,node_agent_mmd_memory_vector_layer_memorylayer_prompt_ae34fc43,node_agent_mmd_orchestration_layer_orchestration_prom_77088997,node_agent_mmd_llm_model_layer_llmlayer_prompt_contex_e5066b88,node_agent_mmd_tool_layer_toollayer_prompt_context_dr_bd82da46,node_agent_mmd_memory_vector_layer_memorylayer_prompt_efd77624,node_agent_mmd_llm_model_layer_llmlayer_prompt_contex_6426acc2,node_agent_mmd_memory_vector_layer_memorylayer_prompt_55c0d605,cli_args_9_9c136878,cli_11_338a8415,sections_4697ef32,types_27_4d134744,validator_7_f836eb0e,cli_args_10_861cdd3f llmNode
+   class node_agent_mmd_orchestration_layer_orchestration_chec_7a9f0b64,node_agent_mmd_llm_model_layer_llmlayer_check_codex_a_29e7b7fa,node_agent_mmd_tool_layer_toollayer_check_codex_agent_4b361d5a,node_agent_mmd_orchestration_layer_orchestration_chec_7fd47f5c,node_agent_mmd_llm_model_layer_llmlayer_check_steerin_0e1bf90d,node_agent_mmd_tool_layer_toollayer_check_steering_fe_eafecf3a,node_agent_mmd_memory_vector_layer_memorylayer_check__64c86928,node_agent_mmd_orchestration_layer_orchestration_run__18817957,node_agent_mmd_llm_model_layer_llmlayer_run_harness_e_603fcfdc,node_agent_mmd_tool_layer_toollayer_run_harness_evals_e2ee24f1,node_agent_mmd_memory_vector_layer_memorylayer_run_ha_5b637d0d,validate_decision_request_2e5c325e,validate_goal_completion_audit_receipt_100d252c,node_agent_mmd_orchestration_layer_orchestration_vali_c01b04be,node_agent_mmd_llm_model_layer_llmlayer_validate_pack_2a12e1f4,node_agent_mmd_tool_layer_toollayer_validate_packaged_2855c827,node_agent_mmd_llm_model_layer_llmlayer_validate_prom_9880f764,node_agent_mmd_memory_vector_layer_memorylayer_valida_c52c4db8,validate_reviewer_coverage_251efee3,node_agent_mmd_llm_model_layer_llmlayer_validate_syst_5636156e,node_agent_mmd_memory_vector_layer_memorylayer_valida_db599a97,check_environment_core_2c16213f,node_agent_mmd_llm_model_layer_llmlayer_context_conte_ad2dfbd9,node_agent_mmd_memory_vector_layer_memorylayer_contex_78ceaaa9,node_agent_mmd_llm_model_layer_llmlayer_index_context_1041bd11,node_agent_mmd_memory_vector_layer_memorylayer_index__6f3402d0,prompt_gate_c5e9d207,node_agent_mmd_orchestration_layer_orchestration_reme_359fe98f,node_agent_mmd_llm_model_layer_llmlayer_remediate_run_9e3d4585,node_agent_mmd_tool_layer_toollayer_remediate_runner__c003b871,node_agent_mmd_llm_model_layer_llmlayer_search_search_66b9a911,node_agent_mmd_memory_vector_layer_memorylayer_search_ac35cb7e,node_agent_mmd_orchestration_layer_orchestration_cont_61b3b9c9,node_agent_mmd_llm_model_layer_llmlayer_context_healt_cfc0bfa8,node_agent_mmd_memory_vector_layer_memorylayer_contex_3204aa0e,node_agent_mmd_orchestration_layer_orchestration_comm_1f8cc24c,node_agent_mmd_llm_model_layer_llmlayer_command_specs_782af9fa,node_agent_mmd_memory_vector_layer_memorylayer_comman_111eb454,prompt_gate_command_spec_9a941482,node_agent_mmd_llm_model_layer_llmlayer_constants_con_c9bd3f6c,node_agent_mmd_memory_vector_layer_memorylayer_consta_702d3f46,node_agent_mmd_llm_model_layer_llmlayer_index_index_1_02e160ff,node_agent_mmd_memory_vector_layer_memorylayer_index__752bc61e,node_agent_mmd_llm_model_layer_llmlayer_indexer_index_4f4deef5,node_agent_mmd_memory_vector_layer_memorylayer_indexe_93e6d86f,node_agent_mmd_llm_model_layer_llmlayer_ollama_ollama_968b23fa,node_agent_mmd_memory_vector_layer_memorylayer_ollama_6d51be16,node_agent_mmd_llm_model_layer_llmlayer_sync_contract_9f3cc8c1,node_agent_mmd_memory_vector_layer_memorylayer_sync_c_e43418bc,north_star_validators_cfc926ce,hilt_boundary_9b36fb15,types_10_75e5a4a0,goal_completion_audit_receipt_validation_9d0f4891,goal_completion_audit_receipt_5e4939c3,index_5_522f772a,node_agent_mmd_tool_layer_toollayer_constants_constan_9d71b829,types_17_ed30531c,sensitive_text_7c11f760,pr_template_linked_issue_relationship_a7b61f2c,pr_template_validator_rules_20a32d6b,node_agent_mmd_orchestration_layer_orchestration_prom_d17b4de2,node_agent_mmd_llm_model_layer_llmlayer_prompt_contex_81f9066a,node_agent_mmd_tool_layer_toollayer_prompt_context_dr_a2772f2b,node_agent_mmd_memory_vector_layer_memorylayer_prompt_ae34fc43,node_agent_mmd_orchestration_layer_orchestration_prom_77088997,node_agent_mmd_llm_model_layer_llmlayer_prompt_contex_e5066b88,node_agent_mmd_tool_layer_toollayer_prompt_context_dr_bd82da46,node_agent_mmd_memory_vector_layer_memorylayer_prompt_efd77624,node_agent_mmd_llm_model_layer_llmlayer_prompt_contex_6426acc2,node_agent_mmd_memory_vector_layer_memorylayer_prompt_55c0d605,cli_args_9_9c136878,cli_11_338a8415,sections_4697ef32,types_27_4d134744,validator_7_f836eb0e,cli_args_10_861cdd3f llmNode
  classDef toolNode fill:#555,color:#fff
-   class node_agent_mmd_orchestration_layer_orchestration_chec_7a9f0b64,node_agent_mmd_llm_model_layer_llmlayer_check_codex_a_29e7b7fa,node_agent_mmd_tool_layer_toollayer_check_codex_agent_4b361d5a,node_agent_mmd_orchestration_layer_orchestration_chec_7fd47f5c,node_agent_mmd_llm_model_layer_llmlayer_check_steerin_0e1bf90d,node_agent_mmd_tool_layer_toollayer_check_steering_fe_eafecf3a,node_agent_mmd_memory_vector_layer_memorylayer_check__64c86928,check_tooling_baseline_parity_3124b30a,node_agent_mmd_orchestration_layer_orchestration_run__18817957,node_agent_mmd_llm_model_layer_llmlayer_run_harness_e_603fcfdc,node_agent_mmd_tool_layer_toollayer_run_harness_evals_e2ee24f1,validate_action_review_receipt_fa2f06c3,node_agent_mmd_orchestration_layer_orchestration_vali_c01b04be,node_agent_mmd_llm_model_layer_llmlayer_validate_pack_2a12e1f4,node_agent_mmd_tool_layer_toollayer_validate_packaged_2855c827,validate_replay_packet_f309747e,node_agent_mmd_tool_layer_toollayer_ci_migrate_core_c_049f8460,node_agent_mmd_memory_vector_layer_memorylayer_ci_mig_0cd5b1a4,doctor_checks_5a2eb2b9,doctor_github_tool_check_e0a938df,doctor_github_tool_checks_a53b0382,doctor_tool_checks_4acac51a,fleet_plan_repo_ecdc6499,next_blocked_decisions_4140ad2b,policy_gate_213f7313,remediate_cli_output_cc165396,node_agent_mmd_orchestration_layer_orchestration_reme_359fe98f,node_agent_mmd_llm_model_layer_llmlayer_remediate_run_9e3d4585,node_agent_mmd_tool_layer_toollayer_remediate_runner__c003b871,node_agent_mmd_tool_layer_toollayer_review_gate_core__7704598b,node_agent_mmd_memory_vector_layer_memorylayer_review_5bee9816,index_1bc04b52,types_1_4ecdf56e,validation_constants_e002a0f6,validation_98c41dcd,node_agent_mmd_orchestration_layer_orchestration_chec_0550c395,node_agent_mmd_tool_layer_toollayer_checker_checker_2_453d593b,node_agent_mmd_memory_vector_layer_memorylayer_checke_a583eb4f,node_agent_mmd_orchestration_layer_orchestration_shar_724ef5f0,node_agent_mmd_tool_layer_toollayer_shared_state_poli_53734acd,cli_args_1_6144b055,node_agent_mmd_orchestration_layer_orchestration_comm_6e41a7f7,node_agent_mmd_tool_layer_toollayer_command_capabilit_7fe13db1,node_agent_mmd_tool_layer_toollayer_command_capabilit_e97a4615,node_agent_mmd_memory_vector_layer_memorylayer_comman_c72a5d05,linear_command_actions_e430f4f4,node_agent_mmd_orchestration_layer_orchestration_line_b67affd5,node_agent_mmd_tool_layer_toollayer_linear_command_ru_d6763748,node_agent_mmd_orchestration_layer_orchestration_poli_3270b55d,node_agent_mmd_tool_layer_toollayer_policy_validators_af136abf,node_agent_mmd_memory_vector_layer_memorylayer_policy_1944de42,shared_state_action_validator_e7b128cd,node_agent_mmd_orchestration_layer_orchestration_type_7cf81261,node_agent_mmd_tool_layer_toollayer_types_core_types__6c8319b6,node_agent_mmd_memory_vector_layer_memorylayer_types__83f369fa,node_agent_mmd_orchestration_layer_orchestration_vali_d9fe99e6,node_agent_mmd_tool_layer_toollayer_validator_core_va_6ef6131f,node_agent_mmd_memory_vector_layer_memorylayer_valida_41034356,validator_helpers_7b927667,node_agent_mmd_orchestration_layer_orchestration_he_p_fc778c24,node_agent_mmd_tool_layer_toollayer_he_phase_exit_cor_af016160,environment_runtime_3206f0a8,observed_skill_usage_ed7d5930,closure_evidence_aaa31467,pr_creator_dc6b1ea4,client_948fe603,init_output_360dce91,scaffold_ci_templates_2afd6392,scaffold_codex_environment_templates_334fbbed,scaffold_config_templates_4b80ce53,node_agent_mmd_orchestration_layer_orchestration_scaf_c9a90c2f,node_agent_mmd_tool_layer_toollayer_scaffold_environm_c1afc013,node_agent_mmd_memory_vector_layer_memorylayer_scaffo_12b42341,scaffold_github_actions_pr_pipeline_renderer_1ee18de5,scaffold_github_actions_pr_pipeline_template_e2b85f62,scaffold_package_command_template_80e32e83,scaffold_release_private_npm_template_075499f8,node_agent_mmd_llm_model_layer_llmlayer_constants_con_c9bd3f6c,node_agent_mmd_tool_layer_toollayer_constants_constan_9d71b829,index_9_32dd4d91,validation_common_6161e48b,node_agent_mmd_tool_layer_toollayer_cli_cli_2_1_32d9eeaf,node_agent_mmd_memory_vector_layer_memorylayer_cli_cl_1f1f89ab,node_agent_mmd_tool_layer_toollayer_metrics_tracker_m_4c9237d8,node_agent_mmd_memory_vector_layer_memorylayer_metric_12562178,normalise_renderer_85f2e563,evaluation_engine_core_e054fe49,node_agent_mmd_orchestration_layer_orchestration_tool_cc43149f,node_agent_mmd_tool_layer_toollayer_tooling_baseline__61e66e9f,node_agent_mmd_memory_vector_layer_memorylayer_toolin_14f86b00,node_agent_mmd_orchestration_layer_orchestration_prom_d17b4de2,node_agent_mmd_llm_model_layer_llmlayer_prompt_contex_81f9066a,node_agent_mmd_tool_layer_toollayer_prompt_context_dr_a2772f2b,node_agent_mmd_memory_vector_layer_memorylayer_prompt_ae34fc43,node_agent_mmd_orchestration_layer_orchestration_prom_77088997,node_agent_mmd_llm_model_layer_llmlayer_prompt_contex_e5066b88,node_agent_mmd_tool_layer_toollayer_prompt_context_dr_bd82da46,node_agent_mmd_memory_vector_layer_memorylayer_prompt_efd77624,replay_packet_a1293f88,index_14_d982116c,review_lifecycle_contract_e5447221,review_lifecycle_89afa64c,node_agent_mmd_tool_layer_toollayer_runtime_card_code_3636ceac,node_agent_mmd_memory_vector_layer_memorylayer_runtim_a5d23e7f,runtime_card_codex_runtime_0655e230,runtime_evidence_bundle_d471a232,types_36_674380ec,index_17_642943a2,projection_1b250ea1,types_38_e8efcd57,validation_7_c4e6d8b6 toolNode
+   class node_agent_mmd_orchestration_layer_orchestration_chec_7a9f0b64,node_agent_mmd_llm_model_layer_llmlayer_check_codex_a_29e7b7fa,node_agent_mmd_tool_layer_toollayer_check_codex_agent_4b361d5a,node_agent_mmd_orchestration_layer_orchestration_chec_7fd47f5c,node_agent_mmd_llm_model_layer_llmlayer_check_steerin_0e1bf90d,node_agent_mmd_tool_layer_toollayer_check_steering_fe_eafecf3a,node_agent_mmd_memory_vector_layer_memorylayer_check__64c86928,check_tooling_baseline_parity_3124b30a,node_agent_mmd_orchestration_layer_orchestration_run__18817957,node_agent_mmd_llm_model_layer_llmlayer_run_harness_e_603fcfdc,node_agent_mmd_tool_layer_toollayer_run_harness_evals_e2ee24f1,node_agent_mmd_memory_vector_layer_memorylayer_run_ha_5b637d0d,validate_action_review_receipt_fa2f06c3,node_agent_mmd_orchestration_layer_orchestration_vali_c01b04be,node_agent_mmd_llm_model_layer_llmlayer_validate_pack_2a12e1f4,node_agent_mmd_tool_layer_toollayer_validate_packaged_2855c827,validate_replay_packet_f309747e,node_agent_mmd_tool_layer_toollayer_ci_migrate_core_c_049f8460,node_agent_mmd_memory_vector_layer_memorylayer_ci_mig_0cd5b1a4,doctor_checks_5a2eb2b9,doctor_github_tool_check_e0a938df,doctor_github_tool_checks_a53b0382,doctor_tool_checks_4acac51a,fleet_plan_repo_ecdc6499,next_blocked_decisions_4140ad2b,policy_gate_213f7313,remediate_cli_output_cc165396,node_agent_mmd_orchestration_layer_orchestration_reme_359fe98f,node_agent_mmd_llm_model_layer_llmlayer_remediate_run_9e3d4585,node_agent_mmd_tool_layer_toollayer_remediate_runner__c003b871,node_agent_mmd_tool_layer_toollayer_review_gate_core__7704598b,node_agent_mmd_memory_vector_layer_memorylayer_review_5bee9816,index_1bc04b52,types_1_4ecdf56e,validation_constants_e002a0f6,validation_98c41dcd,node_agent_mmd_orchestration_layer_orchestration_chec_0550c395,node_agent_mmd_tool_layer_toollayer_checker_checker_2_453d593b,node_agent_mmd_memory_vector_layer_memorylayer_checke_a583eb4f,node_agent_mmd_orchestration_layer_orchestration_shar_724ef5f0,node_agent_mmd_tool_layer_toollayer_shared_state_poli_53734acd,cli_args_1_6144b055,node_agent_mmd_orchestration_layer_orchestration_comm_6e41a7f7,node_agent_mmd_tool_layer_toollayer_command_capabilit_7fe13db1,node_agent_mmd_tool_layer_toollayer_command_capabilit_e97a4615,node_agent_mmd_memory_vector_layer_memorylayer_comman_c72a5d05,linear_command_actions_e430f4f4,node_agent_mmd_orchestration_layer_orchestration_line_b67affd5,node_agent_mmd_tool_layer_toollayer_linear_command_ru_d6763748,node_agent_mmd_orchestration_layer_orchestration_poli_3270b55d,node_agent_mmd_tool_layer_toollayer_policy_validators_af136abf,node_agent_mmd_memory_vector_layer_memorylayer_policy_1944de42,shared_state_action_validator_e7b128cd,node_agent_mmd_orchestration_layer_orchestration_type_7cf81261,node_agent_mmd_tool_layer_toollayer_types_core_types__6c8319b6,node_agent_mmd_memory_vector_layer_memorylayer_types__83f369fa,node_agent_mmd_orchestration_layer_orchestration_vali_d9fe99e6,node_agent_mmd_tool_layer_toollayer_validator_core_va_6ef6131f,node_agent_mmd_memory_vector_layer_memorylayer_valida_41034356,validator_helpers_7b927667,node_agent_mmd_orchestration_layer_orchestration_he_p_fc778c24,node_agent_mmd_tool_layer_toollayer_he_phase_exit_cor_af016160,environment_runtime_3206f0a8,observed_skill_usage_ed7d5930,closure_evidence_aaa31467,pr_creator_dc6b1ea4,client_948fe603,init_output_360dce91,scaffold_ci_templates_2afd6392,scaffold_codex_environment_templates_334fbbed,scaffold_config_templates_4b80ce53,node_agent_mmd_orchestration_layer_orchestration_scaf_c9a90c2f,node_agent_mmd_tool_layer_toollayer_scaffold_environm_c1afc013,node_agent_mmd_memory_vector_layer_memorylayer_scaffo_12b42341,scaffold_github_actions_pr_pipeline_renderer_1ee18de5,scaffold_github_actions_pr_pipeline_template_e2b85f62,scaffold_package_command_template_80e32e83,scaffold_release_private_npm_template_075499f8,node_agent_mmd_llm_model_layer_llmlayer_constants_con_c9bd3f6c,node_agent_mmd_tool_layer_toollayer_constants_constan_9d71b829,index_9_32dd4d91,validation_common_6161e48b,node_agent_mmd_tool_layer_toollayer_cli_cli_2_1_32d9eeaf,node_agent_mmd_memory_vector_layer_memorylayer_cli_cl_1f1f89ab,node_agent_mmd_tool_layer_toollayer_metrics_tracker_m_4c9237d8,node_agent_mmd_memory_vector_layer_memorylayer_metric_12562178,normalise_renderer_85f2e563,evaluation_engine_core_e054fe49,node_agent_mmd_orchestration_layer_orchestration_tool_cc43149f,node_agent_mmd_tool_layer_toollayer_tooling_baseline__61e66e9f,node_agent_mmd_memory_vector_layer_memorylayer_toolin_14f86b00,node_agent_mmd_orchestration_layer_orchestration_prom_d17b4de2,node_agent_mmd_llm_model_layer_llmlayer_prompt_contex_81f9066a,node_agent_mmd_tool_layer_toollayer_prompt_context_dr_a2772f2b,node_agent_mmd_memory_vector_layer_memorylayer_prompt_ae34fc43,node_agent_mmd_orchestration_layer_orchestration_prom_77088997,node_agent_mmd_llm_model_layer_llmlayer_prompt_contex_e5066b88,node_agent_mmd_tool_layer_toollayer_prompt_context_dr_bd82da46,node_agent_mmd_memory_vector_layer_memorylayer_prompt_efd77624,replay_packet_a1293f88,index_14_d982116c,review_lifecycle_contract_e5447221,review_lifecycle_89afa64c,node_agent_mmd_tool_layer_toollayer_runtime_card_code_3636ceac,node_agent_mmd_memory_vector_layer_memorylayer_runtim_a5d23e7f,runtime_card_codex_runtime_0655e230,runtime_evidence_bundle_d471a232,types_36_674380ec,index_17_642943a2,projection_1b250ea1,types_38_e8efcd57,validation_7_c4e6d8b6 toolNode
  classDef memNode fill:#555,color:#fff
-   class node_agent_mmd_orchestration_layer_orchestration_chec_7fd47f5c,node_agent_mmd_llm_model_layer_llmlayer_check_steerin_0e1bf90d,node_agent_mmd_tool_layer_toollayer_check_steering_fe_eafecf3a,node_agent_mmd_memory_vector_layer_memorylayer_check__64c86928,normalize_workflow_contracts_8701f1c8,sync_codex_preflight_7e7a8dc2,test_harness_upgrade_matrix_84113c4e,node_agent_mmd_llm_model_layer_llmlayer_validate_prom_9880f764,node_agent_mmd_memory_vector_layer_memorylayer_valida_c52c4db8,validate_runtime_packet_schemas_bc3ba8ec,node_agent_mmd_llm_model_layer_llmlayer_validate_syst_5636156e,node_agent_mmd_memory_vector_layer_memorylayer_valida_db599a97,validate_workflow_contracts_33dc063c,branch_protect_core_a8feb0fd,node_agent_mmd_tool_layer_toollayer_ci_migrate_core_c_049f8460,node_agent_mmd_memory_vector_layer_memorylayer_ci_mig_0cd5b1a4,context_health_80bb7da9,node_agent_mmd_llm_model_layer_llmlayer_context_conte_ad2dfbd9,node_agent_mmd_memory_vector_layer_memorylayer_contex_78ceaaa9,docs_gate_classification_2f51c90b,docs_gate_types_d285abb6,node_agent_mmd_llm_model_layer_llmlayer_index_context_1041bd11,node_agent_mmd_memory_vector_layer_memorylayer_index__6f3402d0,local_memory_preflight_dcc36c42,memory_gate_a577a506,node_agent_mmd_orchestration_layer_orchestration_next_5393fba1,node_agent_mmd_memory_vector_layer_memorylayer_next_r_7feb80cc,pattern_scope_siblings_43abe000,review_context_ca6cf81d,node_agent_mmd_tool_layer_toollayer_review_gate_core__7704598b,node_agent_mmd_memory_vector_layer_memorylayer_review_5bee9816,node_agent_mmd_llm_model_layer_llmlayer_search_search_66b9a911,node_agent_mmd_memory_vector_layer_memorylayer_search_ac35cb7e,session_context_e5ec72c0,node_agent_mmd_orchestration_layer_orchestration_tool_acfe0c01,node_agent_mmd_memory_vector_layer_memorylayer_toolin_a1185b8f,run_local_memory_preflight_36e92808,node_agent_mmd_orchestration_layer_orchestration_chec_0550c395,node_agent_mmd_tool_layer_toollayer_checker_checker_2_453d593b,node_agent_mmd_memory_vector_layer_memorylayer_checke_a583eb4f,node_agent_mmd_orchestration_layer_orchestration_cont_61b3b9c9,node_agent_mmd_llm_model_layer_llmlayer_context_healt_cfc0bfa8,node_agent_mmd_memory_vector_layer_memorylayer_contex_3204aa0e,node_agent_mmd_orchestration_layer_orchestration_type_4f906dcc,node_agent_mmd_memory_vector_layer_memorylayer_types__9ad640a0,branch_protect_sync_570adb18,node_agent_mmd_tool_layer_toollayer_command_capabilit_e97a4615,node_agent_mmd_memory_vector_layer_memorylayer_comman_c72a5d05,node_agent_mmd_orchestration_layer_orchestration_comm_1f8cc24c,node_agent_mmd_llm_model_layer_llmlayer_command_specs_782af9fa,node_agent_mmd_memory_vector_layer_memorylayer_comman_111eb454,local_memory_preflight_command_spec_9e23f3ce,memory_gate_command_spec_dc9001a9,review_gate_command_spec_3187376a,session_context_command_spec_973afbb1,node_agent_mmd_llm_model_layer_llmlayer_constants_con_c9bd3f6c,node_agent_mmd_memory_vector_layer_memorylayer_consta_702d3f46,context_compact_policy_3dcaf95d,node_agent_mmd_llm_model_layer_llmlayer_index_index_1_02e160ff,node_agent_mmd_memory_vector_layer_memorylayer_index__752bc61e,node_agent_mmd_llm_model_layer_llmlayer_indexer_index_4f4deef5,node_agent_mmd_memory_vector_layer_memorylayer_indexe_93e6d86f,init_error_5c7dd49f,lexical_fallback_723e2b3e,node_agent_mmd_llm_model_layer_llmlayer_ollama_ollama_968b23fa,node_agent_mmd_memory_vector_layer_memorylayer_ollama_6d51be16,rollout_a4fa034c,sources_878a52fc,store_824d80d7,node_agent_mmd_llm_model_layer_llmlayer_sync_contract_9f3cc8c1,node_agent_mmd_memory_vector_layer_memorylayer_sync_c_e43418bc,types_8_f6283648,harness_run_context_ac7c77a9,index_4_013aa0e3,json_schema_core_96d7e328,node_agent_mmd_orchestration_layer_orchestration_poli_3270b55d,node_agent_mmd_tool_layer_toollayer_policy_validators_af136abf,node_agent_mmd_memory_vector_layer_memorylayer_policy_1944de42,node_agent_mmd_orchestration_layer_orchestration_type_7cf81261,node_agent_mmd_tool_layer_toollayer_types_core_types__6c8319b6,node_agent_mmd_memory_vector_layer_memorylayer_types__83f369fa,node_agent_mmd_orchestration_layer_orchestration_vali_d9fe99e6,node_agent_mmd_tool_layer_toollayer_validator_core_va_6ef6131f,node_agent_mmd_memory_vector_layer_memorylayer_valida_41034356,archive_candidates_scanner_d0931789,archive_candidates_dc0e40e1,docs_task_eval_contract_79347457,docs_task_eval_fixtures_44902755,node_agent_mmd_orchestration_layer_orchestration_init_2a9c3ecb,node_agent_mmd_memory_vector_layer_memorylayer_init_m_333d02c5,node_agent_mmd_orchestration_layer_orchestration_proj_6ab6f60f,node_agent_mmd_memory_vector_layer_memorylayer_projec_3ae304d9,scaffold_diagram_templates_dd88e83c,node_agent_mmd_orchestration_layer_orchestration_scaf_12cc07db,node_agent_mmd_memory_vector_layer_memorylayer_scaffo_5fd73b94,node_agent_mmd_orchestration_layer_orchestration_scaf_c9a90c2f,node_agent_mmd_tool_layer_toollayer_scaffold_environm_c1afc013,node_agent_mmd_memory_vector_layer_memorylayer_scaffo_12b42341,scaffold_hook_templates_8c74ab50,scaffold_root_command_templates_404fed7f,scaffold_script_template_registry_69312d4e,scaffold_shell_templates_0ad0f915,scaffold_surfaces_12d6494e,node_agent_mmd_orchestration_layer_orchestration_scaf_ff8f92f6,node_agent_mmd_memory_vector_layer_memorylayer_scaffo_a86eece1,scaffold_workflow_template_92310587,eval_seed_5699fd3e,index_10_f6785a46,review_context_1_e3afed15,memory_gate_1_265164ac,branch_enforcer_acb749cd,cli_args_5_09ea29f0,node_agent_mmd_tool_layer_toollayer_cli_cli_2_1_32d9eeaf,node_agent_mmd_memory_vector_layer_memorylayer_cli_cl_1f1f89ab,node_agent_mmd_tool_layer_toollayer_metrics_tracker_m_4c9237d8,node_agent_mmd_memory_vector_layer_memorylayer_metric_12562178,types_19_eb4ad5f0,validator_5_b19ac2be,node_agent_mmd_orchestration_layer_orchestration_clas_899b821a,node_agent_mmd_memory_vector_layer_memorylayer_classi_1ebbf5ff,node_agent_mmd_orchestration_layer_orchestration_tool_cc43149f,node_agent_mmd_tool_layer_toollayer_tooling_baseline__61e66e9f,node_agent_mmd_memory_vector_layer_memorylayer_toolin_14f86b00,claim_helpers_20dc8387,types_24_c63dc1a7,local_memory_smoke_1175abfc,local_memory_0db17ecc,performance_overload_c685bfcf,node_agent_mmd_orchestration_layer_orchestration_sugg_85c5ebe3,node_agent_mmd_memory_vector_layer_memorylayer_sugges_267f408d,node_agent_mmd_orchestration_layer_orchestration_prom_d17b4de2,node_agent_mmd_llm_model_layer_llmlayer_prompt_contex_81f9066a,node_agent_mmd_tool_layer_toollayer_prompt_context_dr_a2772f2b,node_agent_mmd_memory_vector_layer_memorylayer_prompt_ae34fc43,node_agent_mmd_orchestration_layer_orchestration_prom_77088997,node_agent_mmd_llm_model_layer_llmlayer_prompt_contex_e5066b88,node_agent_mmd_tool_layer_toollayer_prompt_context_dr_bd82da46,node_agent_mmd_memory_vector_layer_memorylayer_prompt_efd77624,node_agent_mmd_llm_model_layer_llmlayer_prompt_contex_6426acc2,node_agent_mmd_memory_vector_layer_memorylayer_prompt_55c0d605,types_31_eb363e20,policy_1_fc4198db,node_agent_mmd_tool_layer_toollayer_runtime_card_code_3636ceac,node_agent_mmd_memory_vector_layer_memorylayer_runtim_a5d23e7f,cli_12_01c06c37,collector_0736fd5b,types_34_85e6a0bb,overload_guard_2748c559 memNode
+   class node_agent_mmd_orchestration_layer_orchestration_chec_7fd47f5c,node_agent_mmd_llm_model_layer_llmlayer_check_steerin_0e1bf90d,node_agent_mmd_tool_layer_toollayer_check_steering_fe_eafecf3a,node_agent_mmd_memory_vector_layer_memorylayer_check__64c86928,normalize_workflow_contracts_8701f1c8,node_agent_mmd_orchestration_layer_orchestration_run__18817957,node_agent_mmd_llm_model_layer_llmlayer_run_harness_e_603fcfdc,node_agent_mmd_tool_layer_toollayer_run_harness_evals_e2ee24f1,node_agent_mmd_memory_vector_layer_memorylayer_run_ha_5b637d0d,sync_codex_preflight_7e7a8dc2,test_harness_upgrade_matrix_84113c4e,node_agent_mmd_llm_model_layer_llmlayer_validate_prom_9880f764,node_agent_mmd_memory_vector_layer_memorylayer_valida_c52c4db8,validate_runtime_packet_schemas_bc3ba8ec,node_agent_mmd_llm_model_layer_llmlayer_validate_syst_5636156e,node_agent_mmd_memory_vector_layer_memorylayer_valida_db599a97,validate_workflow_contracts_33dc063c,branch_protect_core_a8feb0fd,node_agent_mmd_tool_layer_toollayer_ci_migrate_core_c_049f8460,node_agent_mmd_memory_vector_layer_memorylayer_ci_mig_0cd5b1a4,context_health_80bb7da9,node_agent_mmd_llm_model_layer_llmlayer_context_conte_ad2dfbd9,node_agent_mmd_memory_vector_layer_memorylayer_contex_78ceaaa9,docs_gate_classification_2f51c90b,docs_gate_types_d285abb6,node_agent_mmd_llm_model_layer_llmlayer_index_context_1041bd11,node_agent_mmd_memory_vector_layer_memorylayer_index__6f3402d0,local_memory_preflight_dcc36c42,memory_gate_a577a506,node_agent_mmd_orchestration_layer_orchestration_next_5393fba1,node_agent_mmd_memory_vector_layer_memorylayer_next_r_7feb80cc,pattern_scope_siblings_43abe000,review_context_ca6cf81d,node_agent_mmd_tool_layer_toollayer_review_gate_core__7704598b,node_agent_mmd_memory_vector_layer_memorylayer_review_5bee9816,node_agent_mmd_llm_model_layer_llmlayer_search_search_66b9a911,node_agent_mmd_memory_vector_layer_memorylayer_search_ac35cb7e,session_context_e5ec72c0,node_agent_mmd_orchestration_layer_orchestration_tool_acfe0c01,node_agent_mmd_memory_vector_layer_memorylayer_toolin_a1185b8f,run_local_memory_preflight_36e92808,node_agent_mmd_orchestration_layer_orchestration_chec_0550c395,node_agent_mmd_tool_layer_toollayer_checker_checker_2_453d593b,node_agent_mmd_memory_vector_layer_memorylayer_checke_a583eb4f,node_agent_mmd_orchestration_layer_orchestration_cont_61b3b9c9,node_agent_mmd_llm_model_layer_llmlayer_context_healt_cfc0bfa8,node_agent_mmd_memory_vector_layer_memorylayer_contex_3204aa0e,node_agent_mmd_orchestration_layer_orchestration_type_4f906dcc,node_agent_mmd_memory_vector_layer_memorylayer_types__9ad640a0,branch_protect_sync_570adb18,node_agent_mmd_tool_layer_toollayer_command_capabilit_e97a4615,node_agent_mmd_memory_vector_layer_memorylayer_comman_c72a5d05,node_agent_mmd_orchestration_layer_orchestration_comm_1f8cc24c,node_agent_mmd_llm_model_layer_llmlayer_command_specs_782af9fa,node_agent_mmd_memory_vector_layer_memorylayer_comman_111eb454,local_memory_preflight_command_spec_9e23f3ce,memory_gate_command_spec_dc9001a9,review_gate_command_spec_3187376a,session_context_command_spec_973afbb1,node_agent_mmd_llm_model_layer_llmlayer_constants_con_c9bd3f6c,node_agent_mmd_memory_vector_layer_memorylayer_consta_702d3f46,context_compact_policy_3dcaf95d,node_agent_mmd_llm_model_layer_llmlayer_index_index_1_02e160ff,node_agent_mmd_memory_vector_layer_memorylayer_index__752bc61e,node_agent_mmd_llm_model_layer_llmlayer_indexer_index_4f4deef5,node_agent_mmd_memory_vector_layer_memorylayer_indexe_93e6d86f,init_error_5c7dd49f,lexical_fallback_723e2b3e,node_agent_mmd_llm_model_layer_llmlayer_ollama_ollama_968b23fa,node_agent_mmd_memory_vector_layer_memorylayer_ollama_6d51be16,rollout_a4fa034c,sources_878a52fc,store_824d80d7,node_agent_mmd_llm_model_layer_llmlayer_sync_contract_9f3cc8c1,node_agent_mmd_memory_vector_layer_memorylayer_sync_c_e43418bc,types_8_f6283648,harness_run_context_ac7c77a9,index_4_013aa0e3,json_schema_core_96d7e328,node_agent_mmd_orchestration_layer_orchestration_poli_3270b55d,node_agent_mmd_tool_layer_toollayer_policy_validators_af136abf,node_agent_mmd_memory_vector_layer_memorylayer_policy_1944de42,node_agent_mmd_orchestration_layer_orchestration_type_7cf81261,node_agent_mmd_tool_layer_toollayer_types_core_types__6c8319b6,node_agent_mmd_memory_vector_layer_memorylayer_types__83f369fa,node_agent_mmd_orchestration_layer_orchestration_vali_d9fe99e6,node_agent_mmd_tool_layer_toollayer_validator_core_va_6ef6131f,node_agent_mmd_memory_vector_layer_memorylayer_valida_41034356,archive_candidates_scanner_d0931789,archive_candidates_dc0e40e1,docs_task_eval_contract_79347457,docs_task_eval_fixtures_44902755,node_agent_mmd_orchestration_layer_orchestration_init_2a9c3ecb,node_agent_mmd_memory_vector_layer_memorylayer_init_m_333d02c5,node_agent_mmd_orchestration_layer_orchestration_proj_6ab6f60f,node_agent_mmd_memory_vector_layer_memorylayer_projec_3ae304d9,scaffold_diagram_templates_dd88e83c,node_agent_mmd_orchestration_layer_orchestration_scaf_12cc07db,node_agent_mmd_memory_vector_layer_memorylayer_scaffo_5fd73b94,node_agent_mmd_orchestration_layer_orchestration_scaf_c9a90c2f,node_agent_mmd_tool_layer_toollayer_scaffold_environm_c1afc013,node_agent_mmd_memory_vector_layer_memorylayer_scaffo_12b42341,scaffold_hook_templates_8c74ab50,scaffold_root_command_templates_404fed7f,scaffold_script_template_registry_69312d4e,scaffold_shell_templates_0ad0f915,scaffold_surfaces_12d6494e,node_agent_mmd_orchestration_layer_orchestration_scaf_ff8f92f6,node_agent_mmd_memory_vector_layer_memorylayer_scaffo_a86eece1,scaffold_workflow_template_92310587,eval_seed_5699fd3e,index_10_f6785a46,review_context_1_e3afed15,memory_gate_1_265164ac,branch_enforcer_acb749cd,cli_args_5_09ea29f0,node_agent_mmd_tool_layer_toollayer_cli_cli_2_1_32d9eeaf,node_agent_mmd_memory_vector_layer_memorylayer_cli_cl_1f1f89ab,node_agent_mmd_tool_layer_toollayer_metrics_tracker_m_4c9237d8,node_agent_mmd_memory_vector_layer_memorylayer_metric_12562178,types_19_eb4ad5f0,validator_5_b19ac2be,node_agent_mmd_orchestration_layer_orchestration_clas_899b821a,node_agent_mmd_memory_vector_layer_memorylayer_classi_1ebbf5ff,node_agent_mmd_orchestration_layer_orchestration_tool_cc43149f,node_agent_mmd_tool_layer_toollayer_tooling_baseline__61e66e9f,node_agent_mmd_memory_vector_layer_memorylayer_toolin_14f86b00,claim_helpers_20dc8387,types_24_c63dc1a7,local_memory_smoke_1175abfc,local_memory_0db17ecc,performance_overload_c685bfcf,node_agent_mmd_orchestration_layer_orchestration_sugg_85c5ebe3,node_agent_mmd_memory_vector_layer_memorylayer_sugges_267f408d,node_agent_mmd_orchestration_layer_orchestration_prom_d17b4de2,node_agent_mmd_llm_model_layer_llmlayer_prompt_contex_81f9066a,node_agent_mmd_tool_layer_toollayer_prompt_context_dr_a2772f2b,node_agent_mmd_memory_vector_layer_memorylayer_prompt_ae34fc43,node_agent_mmd_orchestration_layer_orchestration_prom_77088997,node_agent_mmd_llm_model_layer_llmlayer_prompt_contex_e5066b88,node_agent_mmd_tool_layer_toollayer_prompt_context_dr_bd82da46,node_agent_mmd_memory_vector_layer_memorylayer_prompt_efd77624,node_agent_mmd_llm_model_layer_llmlayer_prompt_contex_6426acc2,node_agent_mmd_memory_vector_layer_memorylayer_prompt_55c0d605,types_31_eb363e20,policy_1_fc4198db,node_agent_mmd_tool_layer_toollayer_runtime_card_code_3636ceac,node_agent_mmd_memory_vector_layer_memorylayer_runtim_a5d23e7f,cli_12_01c06c37,collector_0736fd5b,types_34_85e6a0bb,overload_guard_2748c559 memNode
